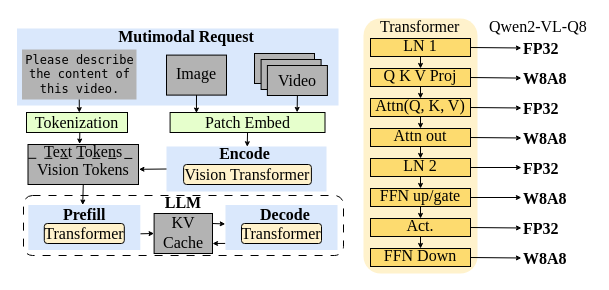
icszhr/hermes keeps this draw.io diagram as figures/bg1.drawio. Above is the earlier version. Source tidied: cells renumbered, new cells numbered last; positions are measured from the earlier drawing's top-left corner, leaving out a move shared by most shapes. Both pictures are drawn from the tidied source at 100%, with x=0, y=0 at pixel (16, 18).
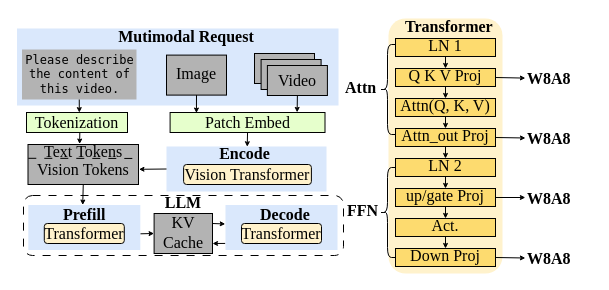
The same diagram, later.

The edit, as a diff of the source:
```diff
@@
     <mxCell id="17" style="rounded=1;whiteSpace=wrap;html=1;fillColor=light-dark(#fff2cc, #ededed);fontSize=16;fontFamily=Times New Roman;strokeColor=none;" parent="1" vertex="1">
-      <mxGeometry x="347" width="114" height="255" as="geometry" />
+      <mxGeometry x="372" width="114" height="255" as="geometry" />
     </mxCell>
@@
-    <mxCell id="39" value="&lt;span style=&quot;color: rgb(0, 0, 0); font-family: &amp;quot;Times New Roman&amp;quot;; font-size: 16px; font-style: normal; font-variant-ligatures: normal; font-variant-caps: normal; font-weight: 400; letter-spacing: normal; orphans: 2; text-align: center; text-indent: 0px; text-transform: none; widows: 2; word-spacing: 0px; -webkit-text-stroke-width: 0px; white-space: normal; text-decoration-thickness: initial; text-decoration-style: initial; text-decoration-color: initial; float: none; display: inline !important;&quot;&gt;Transformer&lt;/span&gt;" style="text;whiteSpace=wrap;html=1;labelBackgroundColor=none;spacingTop=-8;" parent="1" vertex="1">
-      <mxGeometry x="362.2" width="87.2" height="20" as="geometry" />
+    <mxCell id="39" value="&lt;span style=&quot;color: rgb(0, 0, 0); font-family: &amp;quot;Times New Roman&amp;quot;; font-size: 16px; font-style: normal; font-variant-ligatures: normal; font-variant-caps: normal; letter-spacing: normal; orphans: 2; text-align: center; text-indent: 0px; text-transform: none; widows: 2; word-spacing: 0px; -webkit-text-stroke-width: 0px; white-space: normal; text-decoration-thickness: initial; text-decoration-style: initial; text-decoration-color: initial; float: none; display: inline !important;&quot;&gt;Transformer&lt;/span&gt;" style="text;whiteSpace=wrap;html=1;labelBackgroundColor=none;spacingTop=-8;fontStyle=1;" parent="1" vertex="1">
+      <mxGeometry x="387.2" width="87.2" height="20" as="geometry" />
     </mxCell>
     <mxCell id="40" style="group;" parent="1" vertex="1">
-      <mxGeometry x="354" y="20" width="100" height="228" as="geometry" />
+      <mxGeometry x="379" y="20" width="100" height="228" as="geometry" />
     </mxCell>
@@
-    <mxCell id="48" value="Attn out" style="rounded=0;whiteSpace=wrap;html=1;fontFamily=Times New Roman;fontSize=16;fillColor=light-dark(#fddb6f, #ededed);spacingTop=-4;" parent="40" vertex="1">
+    <mxCell id="48" value="Attn_out Proj" style="rounded=0;whiteSpace=wrap;html=1;fontFamily=Times New Roman;fontSize=16;fillColor=light-dark(#fddb6f, #ededed);spacingTop=-4;" parent="40" vertex="1">
       <mxGeometry y="90" width="100" height="18" as="geometry" />
     </mxCell>
@@
-    <mxCell id="52" value="FFN up/gate" style="rounded=0;whiteSpace=wrap;html=1;fontFamily=Times New Roman;fontSize=16;fillColor=light-dark(#fddb6f, #ededed);spacingTop=-4;" parent="40" vertex="1">
+    <mxCell id="52" value="up/gate Proj" style="rounded=0;whiteSpace=wrap;html=1;fontFamily=Times New Roman;fontSize=16;fillColor=light-dark(#fddb6f, #ededed);spacingTop=-4;" parent="40" vertex="1">
       <mxGeometry y="150" width="100" height="18" as="geometry" />
     </mxCell>
@@
-    <mxCell id="55" value="&lt;span&gt;FFN Down&lt;/span&gt;" style="rounded=0;whiteSpace=wrap;html=1;fontFamily=Times New Roman;fontSize=16;fillColor=light-dark(#fddb6f, #ededed);spacingTop=-4;" parent="40" vertex="1">
+    <mxCell id="55" value="&lt;span&gt;Down Proj&lt;/span&gt;" style="rounded=0;whiteSpace=wrap;html=1;fontFamily=Times New Roman;fontSize=16;fillColor=light-dark(#fddb6f, #ededed);spacingTop=-4;" parent="40" vertex="1">
       <mxGeometry y="210" width="100" height="18" as="geometry" />
     </mxCell>
     <mxCell id="56" value="&lt;b style=&quot;forced-color-adjust: none; color: rgb(0, 0, 0); font-family: &amp;quot;Times New Roman&amp;quot;; font-size: 16px; font-style: normal; font-variant-ligatures: normal; font-variant-caps: normal; letter-spacing: normal; orphans: 2; text-align: center; text-indent: 0px; text-transform: none; widows: 2; word-spacing: 0px; -webkit-text-stroke-width: 0px; white-space: normal; text-decoration-thickness: initial; text-decoration-style: initial; text-decoration-color: initial;&quot;&gt;W8A8&lt;/b&gt;" style="text;whiteSpace=wrap;html=1;labelBackgroundColor=none;spacingTop=-7;" parent="1" vertex="1">
-      <mxGeometry x="504.9" y="51.1" width="57.7" height="17" as="geometry" />
+      <mxGeometry x="508.9" y="51.1" width="57.7" height="17" as="geometry" />
     </mxCell>
     <mxCell id="57" value="&lt;b style=&quot;color: rgb(0, 0, 0); font-family: &amp;quot;Times New Roman&amp;quot;; font-size: 16px; text-align: center;&quot;&gt;W8A8&lt;/b&gt;" style="text;whiteSpace=wrap;html=1;labelBackgroundColor=none;spacingTop=-7;" parent="1" vertex="1">
-      <mxGeometry x="505" y="111" width="51.8" height="17" as="geometry" />
+      <mxGeometry x="509" y="111" width="51.8" height="17" as="geometry" />
     </mxCell>
-    <mxCell id="58" value="&lt;span style=&quot;color: rgb(0, 0, 0); font-family: &amp;quot;Times New Roman&amp;quot;; font-size: 16px; font-style: normal; font-variant-ligatures: normal; font-variant-caps: normal; font-weight: 400; letter-spacing: normal; orphans: 2; text-align: center; text-indent: 0px; text-transform: none; widows: 2; word-spacing: 0px; -webkit-text-stroke-width: 0px; white-space: normal; text-decoration-thickness: initial; text-decoration-style: initial; text-decoration-color: initial; float: none; display: inline !important;&quot;&gt;Qwen2-VL-Q8&lt;/span&gt;" style="text;whiteSpace=wrap;html=1;labelBackgroundColor=none;spacingTop=-8;" parent="1" vertex="1">
-      <mxGeometry x="471" width="103.6" height="20" as="geometry" />
-    </mxCell>
     <mxCell id="59" value="&lt;b style=&quot;color: rgb(0, 0, 0); font-family: &amp;quot;Times New Roman&amp;quot;; font-size: 16px; text-align: center;&quot;&gt;W8A8&lt;/b&gt;" style="text;whiteSpace=wrap;html=1;labelBackgroundColor=none;spacingTop=-7;" parent="1" vertex="1">
-      <mxGeometry x="504.9" y="170.5" width="51.8" height="17" as="geometry" />
+      <mxGeometry x="508.9" y="170.5" width="51.8" height="17" as="geometry" />
     </mxCell>
     <mxCell id="60" value="&lt;b style=&quot;color: rgb(0, 0, 0); font-family: &amp;quot;Times New Roman&amp;quot;; font-size: 16px; text-align: center;&quot;&gt;W8A8&lt;/b&gt;" style="text;whiteSpace=wrap;html=1;labelBackgroundColor=none;spacingTop=-7;" parent="1" vertex="1">
-      <mxGeometry x="504.9" y="231" width="51.8" height="17" as="geometry" />
+      <mxGeometry x="508.9" y="231" width="51.8" height="17" as="geometry" />
     </mxCell>
@@
-    <mxCell id="65" value="&lt;div style=&quot;text-align: center;&quot;&gt;&lt;font face=&quot;Times New Roman&quot;&gt;&lt;span style=&quot;font-size: 16px;&quot;&gt;&lt;b&gt;FP32&lt;/b&gt;&lt;/span&gt;&lt;/font&gt;&lt;/div&gt;" style="text;whiteSpace=wrap;html=1;labelBackgroundColor=none;spacingTop=-7;" parent="1" vertex="1">
-      <mxGeometry x="504.9" y="21" width="47" height="17" as="geometry" />
-    </mxCell>
-    <mxCell id="66" value="&lt;b style=&quot;font-family: &amp;quot;Times New Roman&amp;quot;; font-size: 16px; text-align: center;&quot;&gt;FP32&lt;/b&gt;" style="text;whiteSpace=wrap;html=1;labelBackgroundColor=none;spacingTop=-7;" parent="1" vertex="1">
-      <mxGeometry x="505" y="81" width="51.8" height="17" as="geometry" />
-    </mxCell>
-    <mxCell id="67" value="&lt;b style=&quot;font-family: &amp;quot;Times New Roman&amp;quot;; font-size: 16px; text-align: center;&quot;&gt;FP32&lt;/b&gt;" style="text;whiteSpace=wrap;html=1;labelBackgroundColor=none;spacingTop=-7;" parent="1" vertex="1">
-      <mxGeometry x="505" y="140.5" width="51.8" height="17" as="geometry" />
-    </mxCell>
-    <mxCell id="68" value="&lt;b style=&quot;font-family: &amp;quot;Times New Roman&amp;quot;; font-size: 16px; text-align: center;&quot;&gt;FP32&lt;/b&gt;" style="text;whiteSpace=wrap;html=1;labelBackgroundColor=none;spacingTop=-7;" parent="1" vertex="1">
-      <mxGeometry x="505" y="201" width="51.8" height="17" as="geometry" />
-    </mxCell>
-    <mxCell id="69" style="rounded=0;jettySize=auto;html=1;exitX=1;exitY=0.5;exitDx=0;exitDy=0;entryX=0;entryY=0.5;entryDx=0;entryDy=0;endSize=3;" parent="1" edge="1" target="65">
-      <mxGeometry relative="1" as="geometry">
-        <mxPoint x="454" y="29" as="sourcePoint" />
-      </mxGeometry>
-    </mxCell>
-    <mxCell id="70" style="rounded=0;jettySize=auto;html=1;exitX=1;exitY=0.5;exitDx=0;exitDy=0;entryX=0;entryY=0.5;entryDx=0;entryDy=0;endSize=3;" parent="1" edge="1" target="66">
-      <mxGeometry relative="1" as="geometry">
-        <mxPoint x="454" y="89" as="sourcePoint" />
-      </mxGeometry>
-    </mxCell>
-    <mxCell id="71" style="rounded=0;jettySize=auto;html=1;exitX=1;exitY=0.5;exitDx=0;exitDy=0;entryX=0;entryY=0.5;entryDx=0;entryDy=0;endSize=3;" parent="1" edge="1" target="67">
-      <mxGeometry relative="1" as="geometry">
-        <mxPoint x="454" y="149" as="sourcePoint" />
-      </mxGeometry>
-    </mxCell>
-    <mxCell id="72" style="rounded=0;jettySize=auto;html=1;exitX=1;exitY=0.5;exitDx=0;exitDy=0;entryX=0;entryY=0.5;entryDx=0;entryDy=0;endSize=3;" parent="1" edge="1" target="68">
-      <mxGeometry relative="1" as="geometry">
-        <mxPoint x="454" y="209" as="sourcePoint" />
-      </mxGeometry>
-    </mxCell>
+    <mxCell id="73" style="shape=curlyBracket;whiteSpace=wrap;html=1;rounded=1;labelPosition=left;verticalLabelPosition=middle;align=right;verticalAlign=middle;" parent="1" vertex="1">
+      <mxGeometry x="363" y="26" width="16" height="90" as="geometry" />
+    </mxCell>
+    <mxCell id="74" value="&lt;b style=&quot;forced-color-adjust: none; color: rgb(0, 0, 0); font-family: &amp;quot;Times New Roman&amp;quot;; font-size: 16px; font-style: normal; font-variant-ligatures: normal; font-variant-caps: normal; letter-spacing: normal; orphans: 2; text-align: center; text-indent: 0px; text-transform: none; widows: 2; word-spacing: 0px; -webkit-text-stroke-width: 0px; white-space: normal; text-decoration-thickness: initial; text-decoration-style: initial; text-decoration-color: initial;&quot;&gt;Attn&lt;/b&gt;" style="text;whiteSpace=wrap;html=1;labelBackgroundColor=none;spacingTop=-7;" parent="1" vertex="1">
+      <mxGeometry x="327" y="59.6" width="40" height="17" as="geometry" />
+    </mxCell>
+    <mxCell id="75" style="shape=curlyBracket;whiteSpace=wrap;html=1;rounded=1;labelPosition=left;verticalLabelPosition=middle;align=right;verticalAlign=middle;" parent="1" vertex="1">
+      <mxGeometry x="363" y="149" width="16" height="90" as="geometry" />
+    </mxCell>
+    <mxCell id="76" value="&lt;b style=&quot;forced-color-adjust: none; color: rgb(0, 0, 0); font-family: &amp;quot;Times New Roman&amp;quot;; font-size: 16px; font-style: normal; font-variant-ligatures: normal; font-variant-caps: normal; letter-spacing: normal; orphans: 2; text-align: center; text-indent: 0px; text-transform: none; widows: 2; word-spacing: 0px; -webkit-text-stroke-width: 0px; white-space: normal; text-decoration-thickness: initial; text-decoration-style: initial; text-decoration-color: initial;&quot;&gt;FFN&lt;/b&gt;" style="text;whiteSpace=wrap;html=1;labelBackgroundColor=none;spacingTop=-7;" parent="1" vertex="1">
+      <mxGeometry x="329" y="182.6" width="40" height="17" as="geometry" />
+    </mxCell>
```
